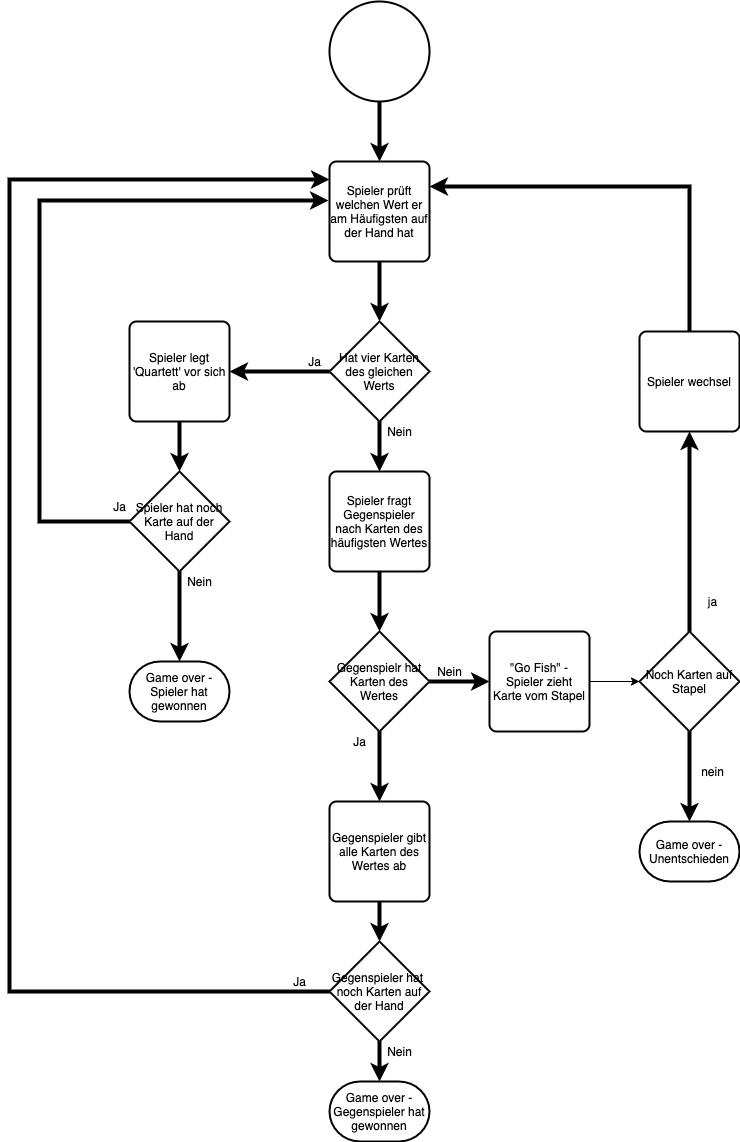
Above: documentation/spielablauf.drawio.png in MoniB79/goFish (draw.io), before the change. Source tidied: cells renumbered, new cells last; positions are measured from the earlier drawing's top-left corner, leaving out a move shared by most shapes. Source of this version:
```xml
<mxGraphModel>
  <root>
    <mxCell id="0" />
    <mxCell id="1" parent="0" />
    <mxCell id="2" style="edgeStyle=orthogonalEdgeStyle;rounded=0;jettySize=auto;html=1;strokeWidth=4;" parent="1" edge="1" source="3" target="5">
      <mxGeometry relative="1" as="geometry" />
    </mxCell>
    <mxCell id="3" style="strokeWidth=2;html=1;shape=mxgraph.flowchart.start_2;whiteSpace=wrap;" parent="1" vertex="1">
      <mxGeometry x="320" width="100" height="100" as="geometry" />
    </mxCell>
    <mxCell id="4" style="edgeStyle=orthogonalEdgeStyle;rounded=0;jettySize=auto;html=1;strokeWidth=4;" parent="1" edge="1" source="5" target="8">
      <mxGeometry relative="1" as="geometry" />
    </mxCell>
    <mxCell id="5" value="Spieler prüft welchen Wert er am Häufigsten auf der Hand hat" style="rounded=1;whiteSpace=wrap;html=1;absoluteArcSize=1;arcSize=14;strokeWidth=2;" parent="1" vertex="1">
      <mxGeometry x="320" y="160" width="100" height="100" as="geometry" />
    </mxCell>
    <mxCell id="6" style="edgeStyle=orthogonalEdgeStyle;rounded=0;jettySize=auto;html=1;strokeWidth=4;" parent="1" edge="1" source="8" target="10">
      <mxGeometry relative="1" as="geometry" />
    </mxCell>
    <mxCell id="7" style="edgeStyle=orthogonalEdgeStyle;rounded=0;jettySize=auto;html=1;strokeWidth=4;" parent="1" edge="1" source="8" target="17">
      <mxGeometry relative="1" as="geometry" />
    </mxCell>
    <mxCell id="8" value="Hat vier Karten des gleichen Werts" style="strokeWidth=2;html=1;shape=mxgraph.flowchart.decision;whiteSpace=wrap;" parent="1" vertex="1">
      <mxGeometry x="320" y="320" width="100" height="100" as="geometry" />
    </mxCell>
    <mxCell id="9" style="edgeStyle=orthogonalEdgeStyle;rounded=0;jettySize=auto;html=1;strokeWidth=4;" parent="1" edge="1" source="10" target="14">
      <mxGeometry relative="1" as="geometry" />
    </mxCell>
    <mxCell id="10" value="Spieler legt 'Quartett' vor sich ab" style="rounded=1;whiteSpace=wrap;html=1;absoluteArcSize=1;arcSize=14;strokeWidth=2;" parent="1" vertex="1">
      <mxGeometry x="120" y="320" width="100" height="100" as="geometry" />
    </mxCell>
    <mxCell id="11" value="Ja" style="text;html=1;align=center;verticalAlign=middle;strokeColor=none;" parent="1" vertex="1">
      <mxGeometry x="290" y="350" width="30" height="20" as="geometry" />
    </mxCell>
    <mxCell id="12" style="edgeStyle=orthogonalEdgeStyle;rounded=0;jettySize=auto;html=1;exitX=0;exitY=0.5;exitDx=0;exitDy=0;exitPerimeter=0;entryX=-0.01;entryY=0.39;entryDx=0;entryDy=0;entryPerimeter=0;strokeWidth=4;" parent="1" edge="1" source="14" target="5">
      <mxGeometry relative="1" as="geometry">
        <Array as="points">
          <mxPoint x="30" y="520" />
          <mxPoint x="30" y="199" />
        </Array>
      </mxGeometry>
    </mxCell>
    <mxCell id="13" style="edgeStyle=orthogonalEdgeStyle;rounded=0;jettySize=auto;html=1;strokeWidth=4;" parent="1" edge="1" source="14" target="32">
      <mxGeometry relative="1" as="geometry" />
    </mxCell>
    <mxCell id="14" value="Spieler hat noch Karte auf der Hand" style="strokeWidth=2;html=1;shape=mxgraph.flowchart.decision;whiteSpace=wrap;" parent="1" vertex="1">
      <mxGeometry x="120" y="470" width="100" height="100" as="geometry" />
    </mxCell>
    <mxCell id="15" value="Ja" style="text;html=1;align=center;verticalAlign=middle;strokeColor=none;" parent="1" vertex="1">
      <mxGeometry x="95" y="495" width="30" height="20" as="geometry" />
    </mxCell>
    <mxCell id="16" style="edgeStyle=orthogonalEdgeStyle;rounded=0;jettySize=auto;html=1;strokeWidth=4;" parent="1" edge="1" source="17" target="21">
      <mxGeometry relative="1" as="geometry" />
    </mxCell>
    <mxCell id="17" value="Spieler fragt Gegenspieler nach Karten des häufigsten Wertes" style="rounded=1;whiteSpace=wrap;html=1;absoluteArcSize=1;arcSize=14;strokeWidth=2;" parent="1" vertex="1">
      <mxGeometry x="320" y="470" width="100" height="100" as="geometry" />
    </mxCell>
    <mxCell id="18" value="Nein" style="text;html=1;align=center;verticalAlign=middle;strokeColor=none;" parent="1" vertex="1">
      <mxGeometry x="370" y="420" width="40" height="20" as="geometry" />
    </mxCell>
    <mxCell id="19" style="edgeStyle=orthogonalEdgeStyle;rounded=0;jettySize=auto;html=1;strokeWidth=4;" parent="1" edge="1" source="21" target="23">
      <mxGeometry relative="1" as="geometry" />
    </mxCell>
    <mxCell id="20" style="edgeStyle=orthogonalEdgeStyle;rounded=0;jettySize=auto;html=1;exitX=1;exitY=0.5;exitDx=0;exitDy=0;exitPerimeter=0;entryX=0;entryY=0.5;entryDx=0;entryDy=0;strokeWidth=4;" parent="1" edge="1" source="21" target="26">
      <mxGeometry relative="1" as="geometry" />
    </mxCell>
    <mxCell id="21" value="Gegenspielr hat Karten des Wertes" style="strokeWidth=2;html=1;shape=mxgraph.flowchart.decision;whiteSpace=wrap;" parent="1" vertex="1">
      <mxGeometry x="320" y="630" width="100" height="100" as="geometry" />
    </mxCell>
    <mxCell id="22" style="edgeStyle=orthogonalEdgeStyle;rounded=0;jettySize=auto;html=1;strokeWidth=4;" parent="1" edge="1" source="23" target="30">
      <mxGeometry relative="1" as="geometry" />
    </mxCell>
    <mxCell id="23" value="Gegenspieler gibt alle Karten des Wertes ab" style="rounded=1;whiteSpace=wrap;html=1;absoluteArcSize=1;arcSize=14;strokeWidth=2;" parent="1" vertex="1">
      <mxGeometry x="320" y="800" width="100" height="100" as="geometry" />
    </mxCell>
    <mxCell id="24" value="Ja" style="text;html=1;align=center;verticalAlign=middle;strokeColor=none;" parent="1" vertex="1">
      <mxGeometry x="335" y="730" width="30" height="20" as="geometry" />
    </mxCell>
    <mxCell id="25" style="edgeStyle=orthogonalEdgeStyle;rounded=0;jettySize=auto;html=1;" parent="1" edge="1" source="26" target="40">
      <mxGeometry relative="1" as="geometry" />
    </mxCell>
    <mxCell id="26" value="&quot;Go Fish&quot; - Spieler zieht Karte vom Stapel" style="rounded=1;whiteSpace=wrap;html=1;absoluteArcSize=1;arcSize=14;strokeWidth=2;" parent="1" vertex="1">
      <mxGeometry x="480" y="630" width="100" height="100" as="geometry" />
    </mxCell>
    <mxCell id="27" value="Nein" style="text;html=1;align=center;verticalAlign=middle;strokeColor=none;" parent="1" vertex="1">
      <mxGeometry x="420" y="660" width="40" height="20" as="geometry" />
    </mxCell>
    <mxCell id="28" style="edgeStyle=orthogonalEdgeStyle;rounded=0;jettySize=auto;html=1;strokeWidth=4;" parent="1" edge="1" source="30">
      <mxGeometry relative="1" as="geometry">
        <mxPoint x="320" y="178" as="targetPoint" />
        <Array as="points">
          <mxPoint y="990" />
          <mxPoint y="178" />
        </Array>
      </mxGeometry>
    </mxCell>
    <mxCell id="29" style="edgeStyle=orthogonalEdgeStyle;rounded=0;jettySize=auto;html=1;strokeWidth=4;" parent="1" edge="1" source="30" target="34">
      <mxGeometry relative="1" as="geometry" />
    </mxCell>
    <mxCell id="30" value="Gegenspieler hat&amp;nbsp; noch Karten auf der Hand" style="strokeWidth=2;html=1;shape=mxgraph.flowchart.decision;whiteSpace=wrap;" parent="1" vertex="1">
      <mxGeometry x="320" y="940" width="100" height="100" as="geometry" />
    </mxCell>
    <mxCell id="31" value="Ja" style="text;html=1;align=center;verticalAlign=middle;strokeColor=none;" parent="1" vertex="1">
      <mxGeometry x="275" y="970" width="30" height="20" as="geometry" />
    </mxCell>
    <mxCell id="32" value="Game over - Spieler hat gewonnen" style="strokeWidth=2;html=1;shape=mxgraph.flowchart.terminator;whiteSpace=wrap;" parent="1" vertex="1">
      <mxGeometry x="120" y="660" width="100" height="60" as="geometry" />
    </mxCell>
    <mxCell id="33" value="Nein" style="text;html=1;align=center;verticalAlign=middle;strokeColor=none;" parent="1" vertex="1">
      <mxGeometry x="170" y="570" width="40" height="20" as="geometry" />
    </mxCell>
    <mxCell id="34" value="Game over - Gegenspieler hat gewonnen" style="strokeWidth=2;html=1;shape=mxgraph.flowchart.terminator;whiteSpace=wrap;" parent="1" vertex="1">
      <mxGeometry x="320" y="1080" width="100" height="60" as="geometry" />
    </mxCell>
    <mxCell id="35" value="Nein" style="text;html=1;align=center;verticalAlign=middle;strokeColor=none;" parent="1" vertex="1">
      <mxGeometry x="370" y="1040" width="40" height="20" as="geometry" />
    </mxCell>
    <mxCell id="36" style="edgeStyle=orthogonalEdgeStyle;rounded=0;jettySize=auto;html=1;exitX=0.5;exitY=0;exitDx=0;exitDy=0;entryX=1;entryY=0.25;entryDx=0;entryDy=0;strokeWidth=4;" parent="1" edge="1" source="37" target="5">
      <mxGeometry relative="1" as="geometry" />
    </mxCell>
    <mxCell id="37" value="Spieler wechsel" style="rounded=1;whiteSpace=wrap;html=1;absoluteArcSize=1;arcSize=14;strokeWidth=2;" parent="1" vertex="1">
      <mxGeometry x="630" y="330" width="100" height="100" as="geometry" />
    </mxCell>
    <mxCell id="38" style="edgeStyle=orthogonalEdgeStyle;rounded=0;jettySize=auto;html=1;strokeWidth=4;" parent="1" edge="1" source="40" target="37">
      <mxGeometry relative="1" as="geometry" />
    </mxCell>
    <mxCell id="39" style="edgeStyle=orthogonalEdgeStyle;rounded=0;jettySize=auto;html=1;strokeWidth=4;" parent="1" edge="1" source="40" target="41">
      <mxGeometry relative="1" as="geometry" />
    </mxCell>
    <mxCell id="40" value="Noch Karten auf Stapel" style="strokeWidth=2;html=1;shape=mxgraph.flowchart.decision;whiteSpace=wrap;" parent="1" vertex="1">
      <mxGeometry x="630" y="630" width="100" height="100" as="geometry" />
    </mxCell>
    <mxCell id="41" value="Game over - Unentschieden" style="strokeWidth=2;html=1;shape=mxgraph.flowchart.terminator;whiteSpace=wrap;" parent="1" vertex="1">
      <mxGeometry x="630" y="820" width="100" height="60" as="geometry" />
    </mxCell>
    <mxCell id="42" value="nein&lt;br&gt;" style="text;html=1;align=center;verticalAlign=middle;strokeColor=none;" parent="1" vertex="1">
      <mxGeometry x="683" y="760" width="40" height="20" as="geometry" />
    </mxCell>
    <mxCell id="43" value="ja" style="text;html=1;align=center;verticalAlign=middle;strokeColor=none;" parent="1" vertex="1">
      <mxGeometry x="693" y="590" width="20" height="20" as="geometry" />
    </mxCell>
  </root>
</mxGraphModel>
```
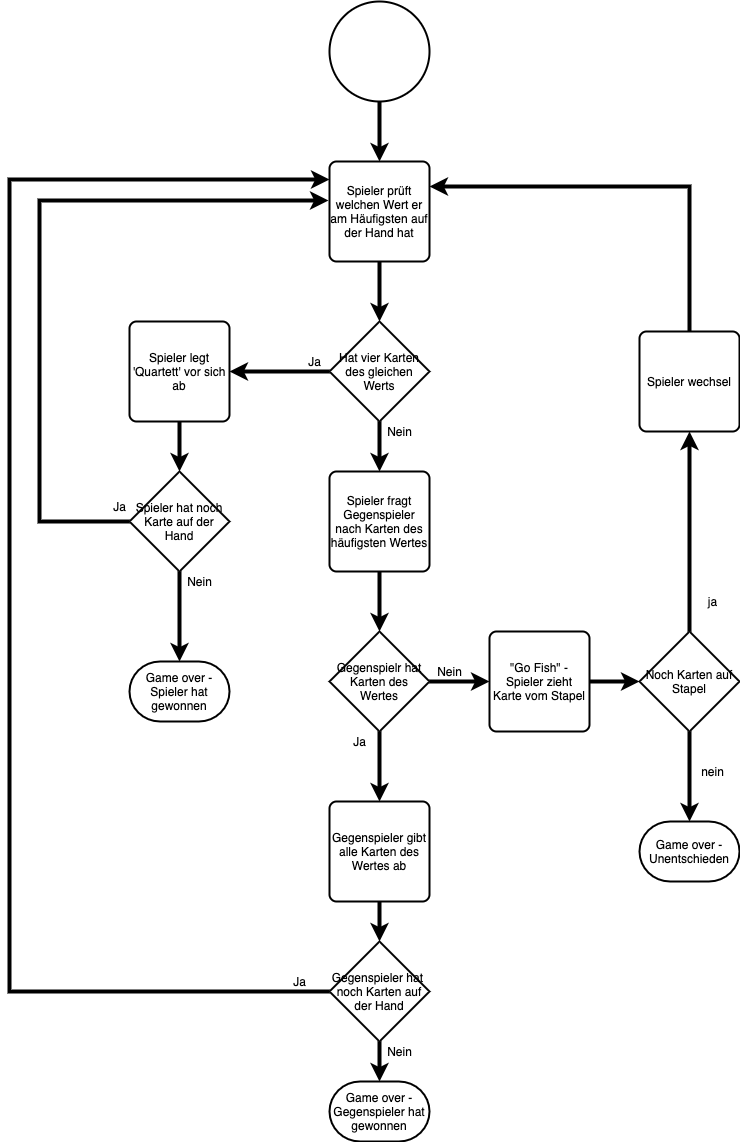
After the change.

Commit message:
spielablauf draio formatiert

Diff of the diagram source:
```diff
@@ -76,7 +76,7 @@
     <mxCell id="24" value="Ja" style="text;html=1;align=center;verticalAlign=middle;strokeColor=none;" parent="1" vertex="1">
       <mxGeometry x="335" y="730" width="30" height="20" as="geometry" />
     </mxCell>
-    <mxCell id="25" style="edgeStyle=orthogonalEdgeStyle;rounded=0;jettySize=auto;html=1;" parent="1" edge="1" source="26" target="40">
+    <mxCell id="25" style="edgeStyle=orthogonalEdgeStyle;rounded=0;jettySize=auto;html=1;strokeWidth=4;" parent="1" edge="1" source="26" target="40">
       <mxGeometry relative="1" as="geometry" />
     </mxCell>
     <mxCell id="26" value="&quot;Go Fish&quot; - Spieler zieht Karte vom Stapel" style="rounded=1;whiteSpace=wrap;html=1;absoluteArcSize=1;arcSize=14;strokeWidth=2;" parent="1" vertex="1">
```
